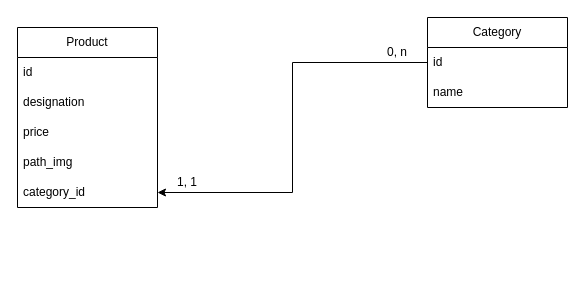
The draw.io diagram modelisation/Gestion Stock.drawio in NyHasintsoa/G-Stock-App, before the edit. Source tidied: cells renumbered, new cells numbered last; positions are measured from the earlier drawing's top-left corner, leaving out a move shared by most shapes. Both pictures are drawn from the tidied source at 100%, with x=0, y=0 at pixel (17, 17).
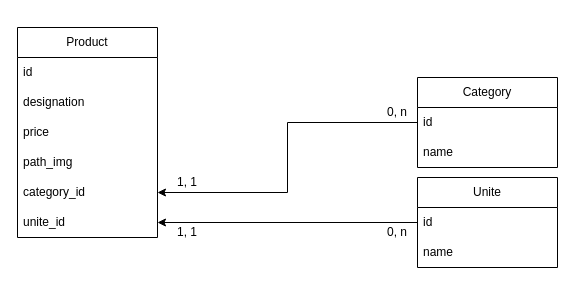
The same page after the edit.

What changed in the source:
```diff
@@
     <mxCell id="2" value="Product" style="swimlane;fontStyle=0;horizontal=1;startSize=30;whiteSpace=wrap;html=1;" parent="1" vertex="1">
-      <mxGeometry y="10" width="140" height="180" as="geometry" />
+      <mxGeometry y="10" width="140" height="210" as="geometry" />
     </mxCell>
@@
+    <mxCell id="14" value="unite_id" style="text;strokeColor=none;fillColor=none;align=left;verticalAlign=middle;spacingLeft=4;spacingRight=4;overflow=hidden;points=[[0,0.5],[1,0.5]];portConstraint=eastwest;whiteSpace=wrap;html=1;" parent="2" vertex="1">
+      <mxGeometry y="180" width="140" height="30" as="geometry" />
+    </mxCell>
     <mxCell id="8" value="Category" style="swimlane;fontStyle=0;horizontal=1;startSize=30;whiteSpace=wrap;html=1;" parent="1" vertex="1">
-      <mxGeometry x="410" width="140" height="90" as="geometry" />
+      <mxGeometry x="400" y="60" width="140" height="90" as="geometry" />
     </mxCell>
@@
     <mxCell id="12" value="1, 1" style="text;html=1;strokeColor=none;fillColor=none;align=center;verticalAlign=middle;whiteSpace=wrap;rounded=0;" parent="1" vertex="1">
-      <mxGeometry x="140" y="150" width="60" height="30" as="geometry" />
+      <mxGeometry x="140" y="200" width="60" height="30" as="geometry" />
     </mxCell>
     <mxCell id="13" value="0, n" style="text;html=1;strokeColor=none;fillColor=none;align=center;verticalAlign=middle;whiteSpace=wrap;rounded=0;" parent="1" vertex="1">
-      <mxGeometry x="350" y="20" width="60" height="30" as="geometry" />
+      <mxGeometry x="350" y="80" width="60" height="30" as="geometry" />
     </mxCell>
+    <mxCell id="15" value="Unite" style="swimlane;fontStyle=0;horizontal=1;startSize=30;whiteSpace=wrap;html=1;" parent="1" vertex="1">
+      <mxGeometry x="400" y="160" width="140" height="90" as="geometry" />
+    </mxCell>
+    <mxCell id="16" value="id" style="text;strokeColor=none;fillColor=none;align=left;verticalAlign=middle;spacingLeft=4;spacingRight=4;overflow=hidden;points=[[0,0.5],[1,0.5]];portConstraint=eastwest;whiteSpace=wrap;html=1;" parent="15" vertex="1">
+      <mxGeometry y="30" width="140" height="30" as="geometry" />
+    </mxCell>
+    <mxCell id="17" value="name" style="text;strokeColor=none;fillColor=none;align=left;verticalAlign=middle;spacingLeft=4;spacingRight=4;overflow=hidden;whiteSpace=wrap;html=1;" parent="15" vertex="1">
+      <mxGeometry y="60" width="140" height="30" as="geometry" />
+    </mxCell>
+    <mxCell id="18" style="edgeStyle=orthogonalEdgeStyle;rounded=0;jettySize=auto;html=1;entryX=1;entryY=0.5;entryDx=0;entryDy=0;" parent="1" edge="1" source="16" target="14">
+      <mxGeometry relative="1" as="geometry" />
+    </mxCell>
+    <mxCell id="19" value="1, 1" style="text;html=1;strokeColor=none;fillColor=none;align=center;verticalAlign=middle;whiteSpace=wrap;rounded=0;" parent="1" vertex="1">
+      <mxGeometry x="140" y="150" width="60" height="30" as="geometry" />
+    </mxCell>
+    <mxCell id="20" value="0, n" style="text;html=1;strokeColor=none;fillColor=none;align=center;verticalAlign=middle;whiteSpace=wrap;rounded=0;" parent="1" vertex="1">
+      <mxGeometry x="350" y="200" width="60" height="30" as="geometry" />
+    </mxCell>
```
